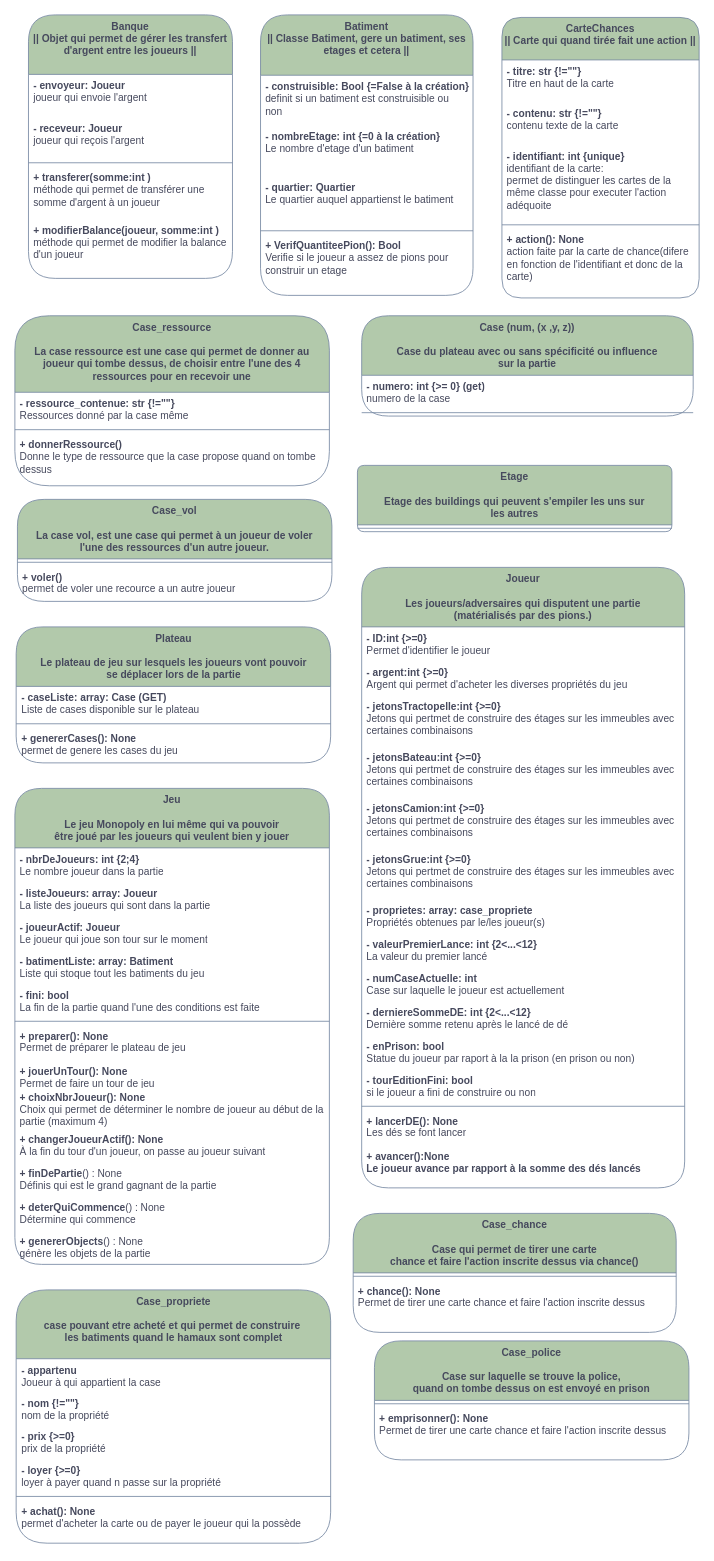
The draw.io diagram page "Classes suposée finie" (4 of 5) of B__Analyse/DiagrameDesClasses.drawio in gazhonsepaskwa/builder, before the edit. Source tidied: cells renumbered, new cells numbered last; positions are measured from the earlier drawing's top-left corner, leaving out a move shared by most shapes. Both pictures are drawn from the tidied source at 85%, with x=0, y=0 at pixel (14, 14).
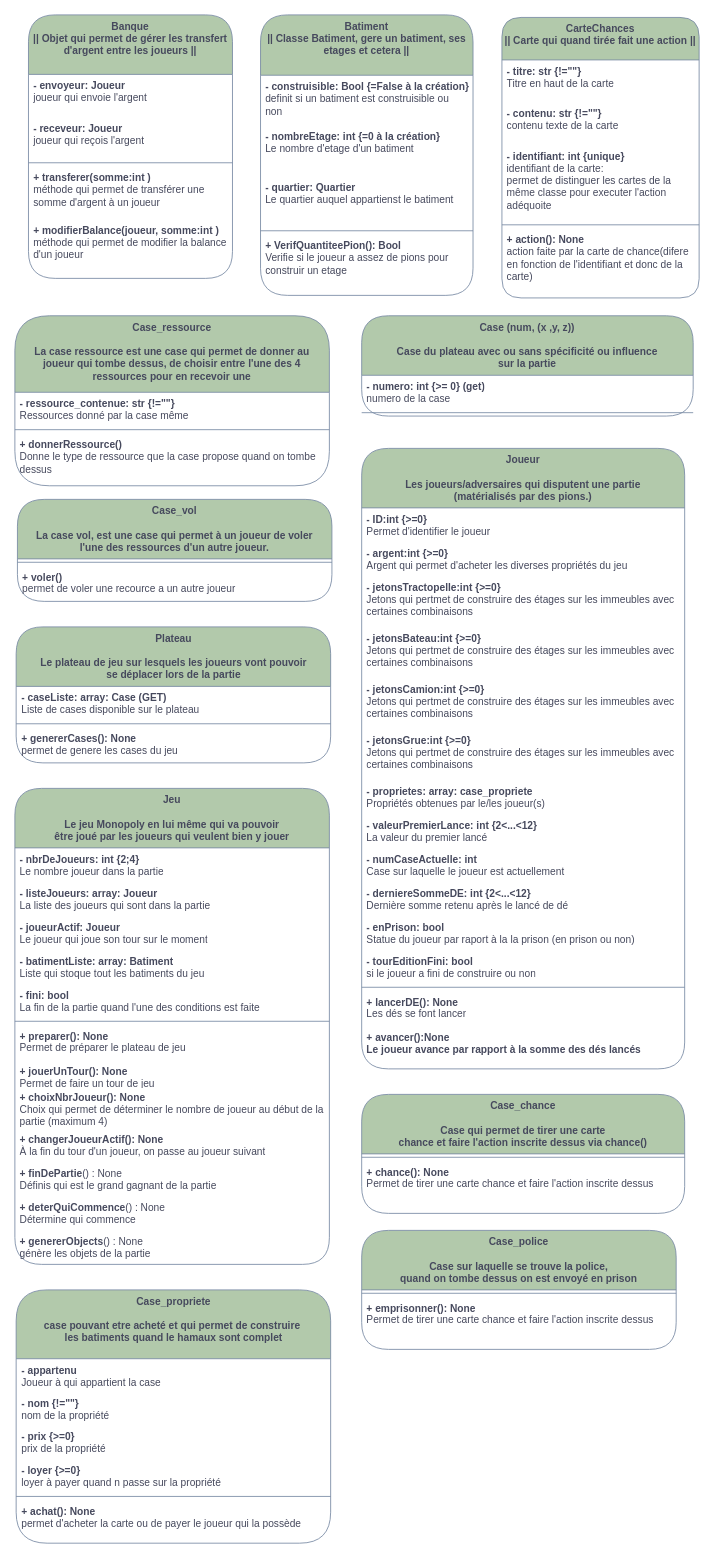
Above is the later version.

Change to the diagram source:
```diff
@@
-    <mxCell id="30" value="&lt;div&gt;Etage&lt;/div&gt;&lt;div&gt;&lt;br&gt;&lt;/div&gt;Etage des buildings qui peuvent s'empiler les uns sur&lt;br&gt;les autres" style="swimlane;fontStyle=1;align=center;verticalAlign=top;horizontal=1;startSize=70;whiteSpace=wrap;html=1;labelBackgroundColor=none;fillColor=#B2C9AB;strokeColor=#788AA3;fontColor=#46495D;rounded=1;" parent="1" vertex="1">
-      <mxGeometry x="403" y="530" width="370" height="78" as="geometry" />
-    </mxCell>
-    <mxCell id="31" style="line;strokeWidth=1;fillColor=none;align=left;verticalAlign=middle;spacingTop=-1;spacingLeft=3;spacingRight=3;labelPosition=right;strokeColor=#788AA3;labelBackgroundColor=none;fontColor=#46495D;rounded=1;" parent="30" vertex="1">
-      <mxGeometry y="70" width="370" height="8" as="geometry" />
-    </mxCell>
@@
     <mxCell id="46" value="&lt;div&gt;Joueur&lt;/div&gt;&lt;div&gt;&lt;br&gt;&lt;/div&gt;Les joueurs/adversaires qui disputent une partie&lt;br&gt;(matérialisés par des pions.)" style="swimlane;fontStyle=1;align=center;verticalAlign=top;horizontal=1;startSize=70;whiteSpace=wrap;html=1;labelBackgroundColor=none;fillColor=#B2C9AB;strokeColor=#788AA3;fontColor=#46495D;rounded=1;" parent="1" vertex="1">
-      <mxGeometry x="408" y="650" width="380" height="730" as="geometry" />
+      <mxGeometry x="408" y="510" width="380" height="730" as="geometry" />
     </mxCell>
@@
     <mxCell id="73" value="&lt;div&gt;Case_chance&lt;/div&gt;&lt;div&gt;&lt;br&gt;&lt;/div&gt;&lt;div&gt;Case qui permet de tirer une carte&lt;br&gt;chance et faire l'action inscrite dessus via chance()&lt;br&gt;&lt;/div&gt;&lt;div&gt;&lt;br&gt;&lt;/div&gt;" style="swimlane;fontStyle=1;align=center;verticalAlign=top;horizontal=1;startSize=70;whiteSpace=wrap;html=1;labelBackgroundColor=none;fillColor=#B2C9AB;strokeColor=#788AA3;fontColor=#46495D;rounded=1;" parent="1" vertex="1">
-      <mxGeometry x="398" y="1410" width="380" height="140" as="geometry" />
+      <mxGeometry x="408" y="1270" width="380" height="140" as="geometry" />
     </mxCell>
@@
     <mxCell id="76" value="&lt;div&gt;Case_police&lt;/div&gt;&lt;div&gt;&lt;br&gt;&lt;/div&gt;&lt;div&gt;Case sur laquelle se trouve la police,&lt;br&gt;quand on tombe dessus on est envoyé en prison&lt;br&gt;&lt;/div&gt;&lt;div&gt;&lt;br&gt;&lt;/div&gt;" style="swimlane;fontStyle=1;align=center;verticalAlign=top;horizontal=1;startSize=70;whiteSpace=wrap;html=1;labelBackgroundColor=none;fillColor=#B2C9AB;strokeColor=#788AA3;fontColor=#46495D;rounded=1;" parent="1" vertex="1">
-      <mxGeometry x="423" y="1560" width="370" height="140" as="geometry" />
+      <mxGeometry x="408" y="1430" width="370" height="140" as="geometry" />
     </mxCell>
```
